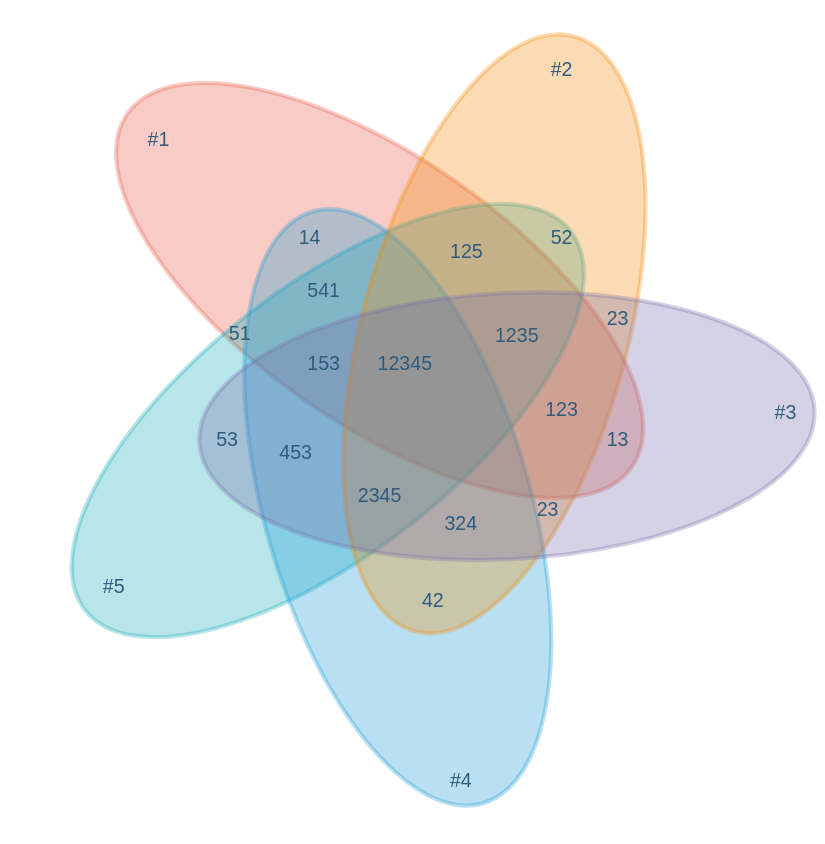
Earlier version of the draw.io export lamusiquedanslaPeau.svg (julbel/source). Source tidied: cells renumbered, new cells last; positions are measured from the earlier drawing's top-left corner, leaving out a move shared by most shapes.
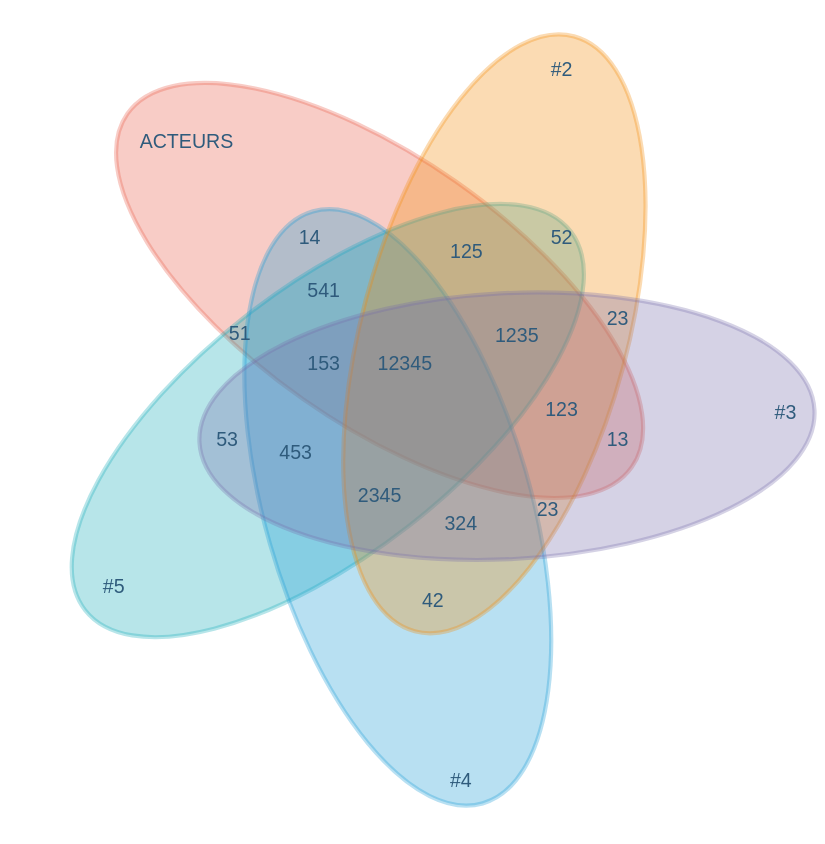
Above is the later version.

What changed in the source:
```diff
@@ -17,8 +17,8 @@
     <mxCell id="6" style="ellipse;whiteSpace=wrap;html=1;rounded=1;shadow=0;labelBackgroundColor=none;strokeColor=#736ca8;strokeWidth=3;fillColor=#736ca8;fontFamily=Helvetica;fontSize=14;fontColor=#2F5B7C;align=center;opacity=30;rotation=-3;" parent="1" vertex="1">
       <mxGeometry x="128.5" y="170" width="440" height="190" as="geometry" />
     </mxCell>
-    <mxCell id="7" value="#1" style="text;html=1;strokeColor=none;fillColor=none;align=center;verticalAlign=middle;whiteSpace=wrap;rounded=0;shadow=0;labelBackgroundColor=none;fontFamily=Helvetica;fontSize=14;fontColor=#2F5B7C;" parent="1" vertex="1">
-      <mxGeometry x="79.5" y="50" width="40" height="20" as="geometry" />
+    <mxCell id="7" value="&lt;div&gt;ACTEURS&lt;/div&gt;&lt;div&gt;&lt;br&gt;&lt;/div&gt;" style="text;html=1;strokeColor=none;fillColor=none;align=center;verticalAlign=middle;whiteSpace=wrap;rounded=0;shadow=0;labelBackgroundColor=none;fontFamily=Helvetica;fontSize=14;fontColor=#2F5B7C;" parent="1" vertex="1">
+      <mxGeometry x="99.5" y="60" width="40" height="20" as="geometry" />
     </mxCell>
     <mxCell id="8" value="#2" style="text;html=1;strokeColor=none;fillColor=none;align=center;verticalAlign=middle;whiteSpace=wrap;rounded=0;shadow=0;labelBackgroundColor=none;fontFamily=Helvetica;fontSize=14;fontColor=#2F5B7C;" parent="1" vertex="1">
       <mxGeometry x="367.5" width="40" height="20" as="geometry" />
```
